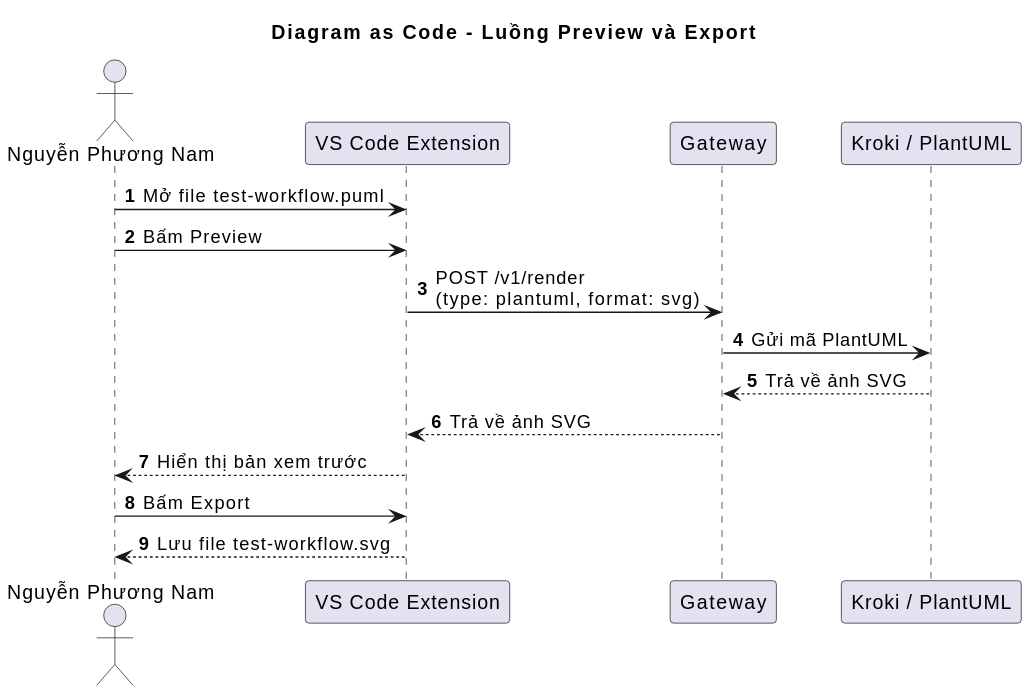
Before: docs/generated/test-workflow.svg, a diagram exported from PlantUML (PhuongNam2106/upgrade-diagram-as-code).
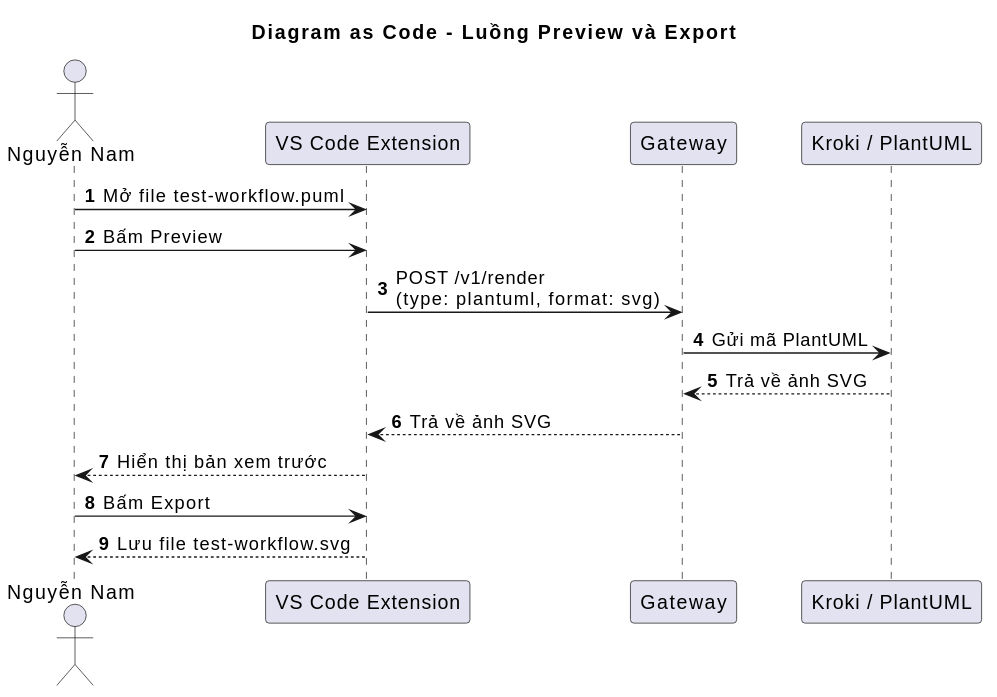
Above is the later version.

Commit message:
export change diagram

Change to the diagram source:
```diff
@@ -3,7 +3,7 @@
 
 autonumber
 
-actor "Nguyễn Phương Nam" as User
+actor "Nguyễn Nam" as User
 participant "VS Code Extension" as Extension
 participant "Gateway" as Gateway
 participant "Kroki / PlantUML" as Renderer
```
